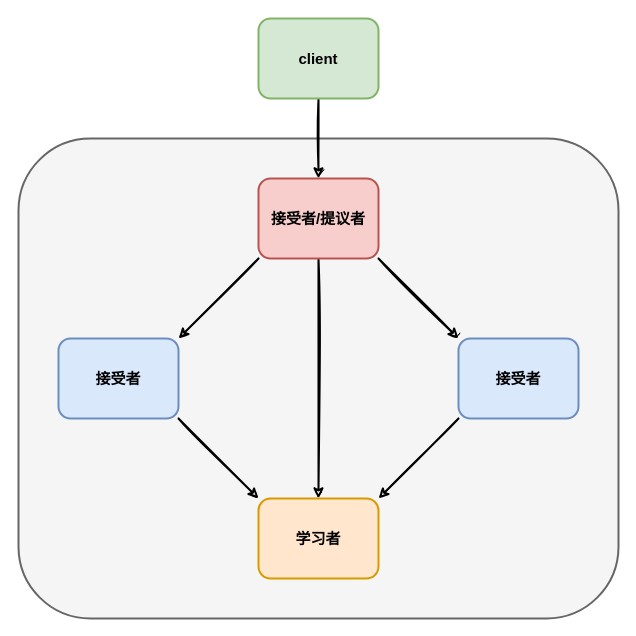
Before: distributed/paxos-角色图.drawio in donscoco/diagrams, a draw.io diagram. Source tidied: cells renumbered, new cells numbered last; positions are measured from the earlier drawing's top-left corner, leaving out a move shared by most shapes. Both pictures are drawn from the tidied source at 100%, with x=0, y=0 at pixel (18, 18).
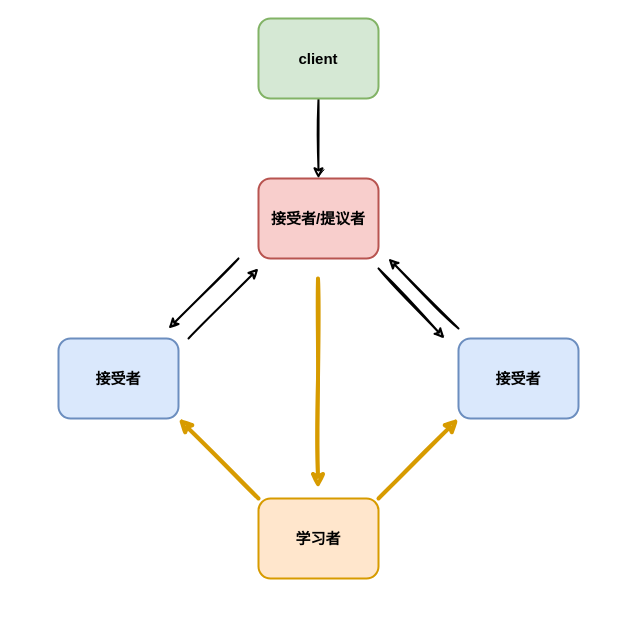
The same diagram, later.

Commit message:
更新paxos-角色图.drawio

The change refers to these unchanged cells:
```xml
<mxCell id="4" value="接受者/提议者" style="rounded=1;whiteSpace=wrap;html=1;strokeWidth=2;fillWeight=4;hachureGap=8;hachureAngle=45;fillColor=#f8cecc;sketch=0;strokeColor=#b85450;fontSize=15;fontStyle=1;" parent="1" vertex="1">
  <mxGeometry x="240" y="160" width="120" height="80" as="geometry" />
</mxCell>
<mxCell id="5" value="接受者" style="rounded=1;whiteSpace=wrap;html=1;strokeWidth=2;fillWeight=4;hachureGap=8;hachureAngle=45;fillColor=#dae8fc;sketch=0;strokeColor=#6c8ebf;fontSize=15;fontStyle=1;" parent="1" vertex="1">
  <mxGeometry x="440" y="320" width="120" height="80" as="geometry" />
</mxCell>
<mxCell id="6" value="接受者" style="rounded=1;whiteSpace=wrap;html=1;strokeWidth=2;fillWeight=4;hachureGap=8;hachureAngle=45;fillColor=#dae8fc;sketch=0;strokeColor=#6c8ebf;fontSize=15;fontStyle=1;" parent="1" vertex="1">
  <mxGeometry x="40" y="320" width="120" height="80" as="geometry" />
</mxCell>
<mxCell id="9" value="学习者" style="rounded=1;whiteSpace=wrap;html=1;strokeWidth=2;fillWeight=4;hachureGap=8;hachureAngle=45;fillColor=#ffe6cc;sketch=0;strokeColor=#d79b00;fontSize=15;fontStyle=1;" parent="1" vertex="1">
  <mxGeometry x="240" y="480" width="120" height="80" as="geometry" />
</mxCell>
```

Diff of the diagram source:
```diff
@@
-    <mxCell id="2" style="rounded=1;whiteSpace=wrap;html=1;strokeWidth=2;fillWeight=4;hachureGap=8;hachureAngle=45;fillColor=#f5f5f5;sketch=0;fontSize=15;fontColor=#333333;strokeColor=#666666;" parent="1" vertex="1">
-      <mxGeometry y="120" width="600" height="480" as="geometry" />
-    </mxCell>
-    <mxCell id="3" style="edgeStyle=orthogonalEdgeStyle;rounded=0;jettySize=auto;html=1;fontSize=15;sketch=1;strokeWidth=2;" parent="1" edge="1" source="4" target="9">
-      <mxGeometry relative="1" as="geometry" />
+    <mxCell id="3" style="edgeStyle=orthogonalEdgeStyle;rounded=0;orthogonalLoop=1;jettySize=auto;html=1;fontSize=15;sketch=1;strokeWidth=4;fillColor=#ffe6cc;strokeColor=#d79b00;" parent="1" edge="1">
+      <mxGeometry relative="1" as="geometry">
+        <mxPoint x="299.5" y="260" as="sourcePoint" />
+        <mxPoint x="299.5" y="470" as="targetPoint" />
+        <Array as="points">
+          <mxPoint x="299.5" y="360" />
+          <mxPoint x="299.5" y="360" />
+        </Array>
+      </mxGeometry>
     </mxCell>
@@
-    <mxCell id="10" style="endArrow=classic;html=1;rounded=0;fontSize=15;exitX=0;exitY=1;exitDx=0;exitDy=0;entryX=1;entryY=0;entryDx=0;entryDy=0;strokeWidth=2;sketch=1;" parent="1" edge="1" source="4" target="6">
-      <mxGeometry relative="1" as="geometry" />
+    <mxCell id="10" style="endArrow=classic;html=1;rounded=0;fontSize=15;strokeWidth=2;sketch=1;" parent="1" edge="1">
+      <mxGeometry relative="1" as="geometry">
+        <mxPoint x="220" y="240" as="sourcePoint" />
+        <mxPoint x="150" y="310" as="targetPoint" />
+      </mxGeometry>
     </mxCell>
-    <mxCell id="11" style="endArrow=classic;html=1;rounded=0;fontSize=15;exitX=1;exitY=1;exitDx=0;exitDy=0;entryX=0;entryY=0;entryDx=0;entryDy=0;sketch=1;strokeWidth=2;" parent="1" edge="1" source="4" target="5">
-      <mxGeometry relative="1" as="geometry" />
-    </mxCell>
-    <mxCell id="12" style="endArrow=classic;html=1;rounded=0;fontSize=15;exitX=1;exitY=1;exitDx=0;exitDy=0;entryX=0;entryY=0;entryDx=0;entryDy=0;strokeWidth=2;sketch=1;" parent="1" edge="1" source="6" target="9">
+    <mxCell id="12" style="endArrow=classic;html=1;rounded=0;fontSize=15;exitX=0;exitY=0;exitDx=0;exitDy=0;entryX=1;entryY=1;entryDx=0;entryDy=0;strokeWidth=4;sketch=1;fillColor=#ffe6cc;strokeColor=#d79b00;" parent="1" edge="1" source="9" target="6">
       <mxGeometry relative="1" as="geometry" />
     </mxCell>
-    <mxCell id="13" style="endArrow=classic;html=1;rounded=0;fontSize=15;exitX=0;exitY=1;exitDx=0;exitDy=0;entryX=1;entryY=0;entryDx=0;entryDy=0;strokeWidth=2;sketch=1;" parent="1" edge="1" source="5" target="9">
+    <mxCell id="13" style="endArrow=classic;html=1;rounded=0;fontSize=15;entryX=0;entryY=1;entryDx=0;entryDy=0;strokeWidth=4;sketch=1;exitX=1;exitY=0;exitDx=0;exitDy=0;fillColor=#ffe6cc;strokeColor=#d79b00;" parent="1" edge="1" source="9" target="5">
       <mxGeometry relative="1" as="geometry" />
     </mxCell>
+    <mxCell id="14" style="endArrow=classic;html=1;rounded=0;fontSize=15;strokeWidth=2;sketch=1;" parent="1" edge="1">
+      <mxGeometry relative="1" as="geometry">
+        <mxPoint x="170" y="320" as="sourcePoint" />
+        <mxPoint x="240" y="250" as="targetPoint" />
+      </mxGeometry>
+    </mxCell>
+    <mxCell id="15" style="endArrow=classic;html=1;rounded=0;fontSize=15;strokeWidth=2;sketch=1;" parent="1" edge="1">
+      <mxGeometry relative="1" as="geometry">
+        <mxPoint x="360" y="250" as="sourcePoint" />
+        <mxPoint x="426" y="320" as="targetPoint" />
+      </mxGeometry>
+    </mxCell>
+    <mxCell id="16" style="endArrow=classic;html=1;rounded=0;fontSize=15;strokeWidth=2;sketch=1;" parent="1" edge="1">
+      <mxGeometry relative="1" as="geometry">
+        <mxPoint x="440" y="310" as="sourcePoint" />
+        <mxPoint x="370" y="240" as="targetPoint" />
+      </mxGeometry>
+    </mxCell>
```
